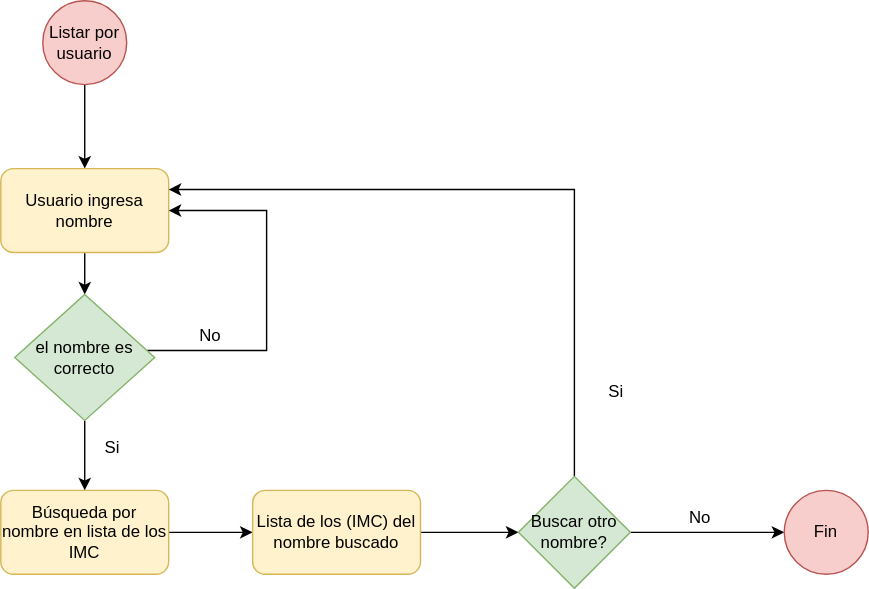
This is Diagramas/DiagFlujoListpersona.svg from MaxIbanez/Taller1P1_MI_JC, a draw.io export, as it was before one commit. Source tidied: cells renumbered, new cells last; positions are measured from the earlier drawing's top-left corner, leaving out a move shared by most shapes. Source of this version:
```xml
<mxGraphModel>
  <root>
    <mxCell id="0" />
    <mxCell id="1" parent="0" />
    <mxCell id="2" style="edgeStyle=orthogonalEdgeStyle;rounded=0;jettySize=auto;html=1;" parent="1" edge="1" source="3" target="5">
      <mxGeometry relative="1" as="geometry" />
    </mxCell>
    <mxCell id="3" value="Listar por usuario" style="ellipse;whiteSpace=wrap;html=1;fillColor=#f8cecc;strokeColor=#b85450;" parent="1" vertex="1">
      <mxGeometry x="30" width="60" height="60" as="geometry" />
    </mxCell>
    <mxCell id="4" style="edgeStyle=orthogonalEdgeStyle;rounded=0;jettySize=auto;html=1;exitX=0.5;exitY=1;exitDx=0;exitDy=0;" parent="1" edge="1" source="5" target="10">
      <mxGeometry relative="1" as="geometry" />
    </mxCell>
    <mxCell id="5" value="Usuario ingresa nombre" style="rounded=1;whiteSpace=wrap;html=1;fillColor=#fff2cc;strokeColor=#d6b656;" parent="1" vertex="1">
      <mxGeometry y="120" width="120" height="60" as="geometry" />
    </mxCell>
    <mxCell id="6" style="edgeStyle=orthogonalEdgeStyle;rounded=0;jettySize=auto;html=1;exitX=1;exitY=0.5;exitDx=0;exitDy=0;" parent="1" edge="1" source="7" target="14">
      <mxGeometry relative="1" as="geometry" />
    </mxCell>
    <mxCell id="7" value="Búsqueda por nombre en lista de los IMC" style="rounded=1;whiteSpace=wrap;html=1;fillColor=#fff2cc;strokeColor=#d6b656;" parent="1" vertex="1">
      <mxGeometry y="350" width="120" height="60" as="geometry" />
    </mxCell>
    <mxCell id="8" style="edgeStyle=orthogonalEdgeStyle;rounded=0;jettySize=auto;html=1;entryX=1;entryY=0.5;entryDx=0;entryDy=0;" parent="1" edge="1" source="10" target="5">
      <mxGeometry relative="1" as="geometry">
        <Array as="points">
          <mxPoint x="190" y="250" />
          <mxPoint x="190" y="150" />
        </Array>
      </mxGeometry>
    </mxCell>
    <mxCell id="9" style="edgeStyle=orthogonalEdgeStyle;rounded=0;jettySize=auto;html=1;" parent="1" edge="1" source="10" target="7">
      <mxGeometry relative="1" as="geometry" />
    </mxCell>
    <mxCell id="10" value="el nombre es correcto" style="rhombus;whiteSpace=wrap;html=1;fillColor=#d5e8d4;strokeColor=#82b366;" parent="1" vertex="1">
      <mxGeometry x="10" y="210" width="100" height="90" as="geometry" />
    </mxCell>
    <mxCell id="11" value="No" style="text;html=1;strokeColor=none;fillColor=none;align=center;verticalAlign=middle;whiteSpace=wrap;rounded=0;" parent="1" vertex="1">
      <mxGeometry x="130" y="230" width="40" height="20" as="geometry" />
    </mxCell>
    <mxCell id="12" value="Si" style="text;html=1;strokeColor=none;fillColor=none;align=center;verticalAlign=middle;whiteSpace=wrap;rounded=0;" parent="1" vertex="1">
      <mxGeometry x="60" y="310" width="40" height="20" as="geometry" />
    </mxCell>
    <mxCell id="13" style="edgeStyle=orthogonalEdgeStyle;rounded=0;jettySize=auto;html=1;exitX=1;exitY=0.5;exitDx=0;exitDy=0;entryX=0;entryY=0.5;entryDx=0;entryDy=0;" parent="1" edge="1" source="14" target="17">
      <mxGeometry relative="1" as="geometry" />
    </mxCell>
    <mxCell id="14" value="Lista de los (IMC) del nombre buscado" style="rounded=1;whiteSpace=wrap;html=1;fillColor=#fff2cc;strokeColor=#d6b656;" parent="1" vertex="1">
      <mxGeometry x="180" y="350" width="120" height="60" as="geometry" />
    </mxCell>
    <mxCell id="15" style="edgeStyle=orthogonalEdgeStyle;rounded=0;jettySize=auto;html=1;entryX=1;entryY=0.25;entryDx=0;entryDy=0;" parent="1" edge="1" source="17" target="5">
      <mxGeometry relative="1" as="geometry">
        <Array as="points">
          <mxPoint x="410" y="135" />
        </Array>
      </mxGeometry>
    </mxCell>
    <mxCell id="16" style="edgeStyle=orthogonalEdgeStyle;rounded=0;jettySize=auto;html=1;entryX=0;entryY=0.5;entryDx=0;entryDy=0;" parent="1" edge="1" source="17" target="19">
      <mxGeometry relative="1" as="geometry" />
    </mxCell>
    <mxCell id="17" value="Buscar otro nombre?" style="rhombus;whiteSpace=wrap;html=1;fillColor=#d5e8d4;strokeColor=#82b366;" parent="1" vertex="1">
      <mxGeometry x="370" y="340" width="80" height="80" as="geometry" />
    </mxCell>
    <mxCell id="18" value="Si" style="text;html=1;strokeColor=none;fillColor=none;align=center;verticalAlign=middle;whiteSpace=wrap;rounded=0;" parent="1" vertex="1">
      <mxGeometry x="420" y="270" width="40" height="20" as="geometry" />
    </mxCell>
    <mxCell id="19" value="Fin" style="ellipse;whiteSpace=wrap;html=1;fillColor=#f8cecc;strokeColor=#b85450;" parent="1" vertex="1">
      <mxGeometry x="560" y="350" width="60" height="60" as="geometry" />
    </mxCell>
    <mxCell id="20" value="No" style="text;html=1;strokeColor=none;fillColor=none;align=center;verticalAlign=middle;whiteSpace=wrap;rounded=0;" parent="1" vertex="1">
      <mxGeometry x="480" y="360" width="40" height="20" as="geometry" />
    </mxCell>
  </root>
</mxGraphModel>
```
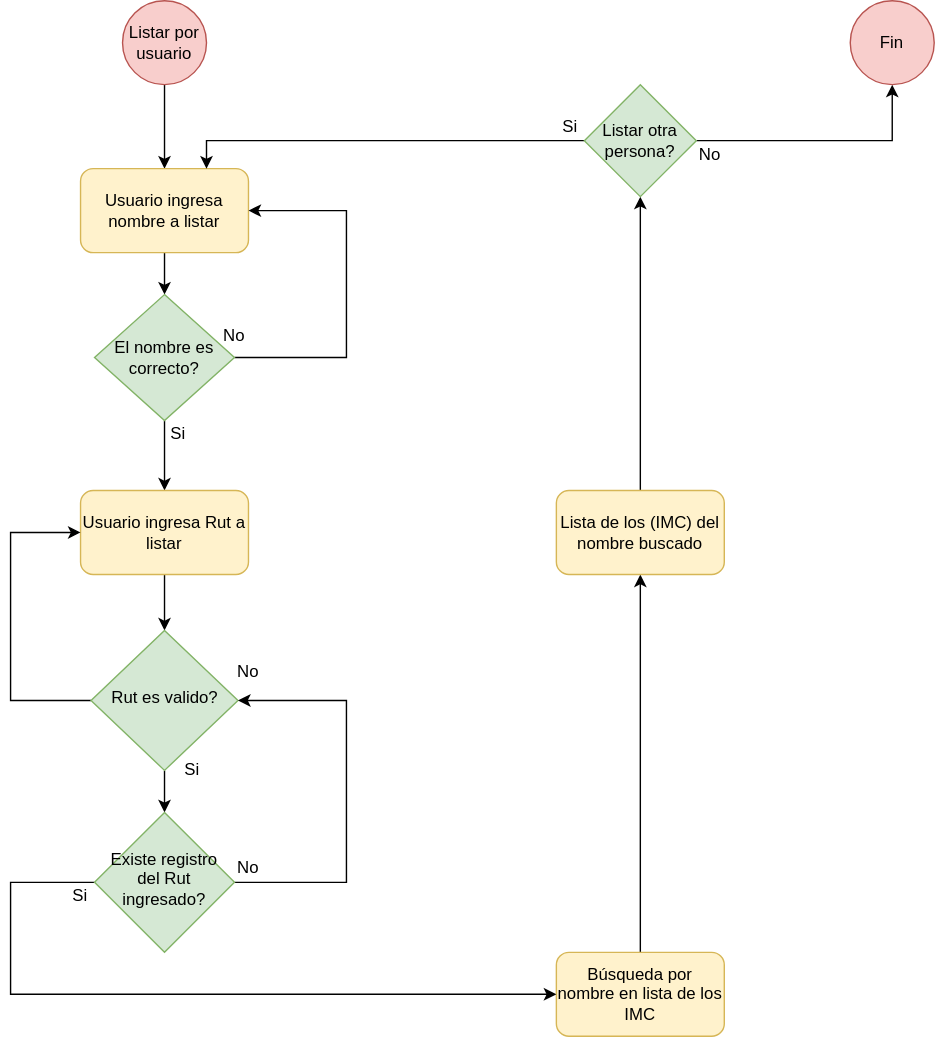
Later version of the same file.

Diff of the diagram source:
```diff
@@ -11,62 +11,109 @@
     <mxCell id="4" style="edgeStyle=orthogonalEdgeStyle;rounded=0;jettySize=auto;html=1;exitX=0.5;exitY=1;exitDx=0;exitDy=0;" parent="1" edge="1" source="5" target="10">
       <mxGeometry relative="1" as="geometry" />
     </mxCell>
-    <mxCell id="5" value="Usuario ingresa nombre" style="rounded=1;whiteSpace=wrap;html=1;fillColor=#fff2cc;strokeColor=#d6b656;" parent="1" vertex="1">
+    <mxCell id="5" value="Usuario ingresa nombre a listar" style="rounded=1;whiteSpace=wrap;html=1;fillColor=#fff2cc;strokeColor=#d6b656;" parent="1" vertex="1">
       <mxGeometry y="120" width="120" height="60" as="geometry" />
     </mxCell>
-    <mxCell id="6" style="edgeStyle=orthogonalEdgeStyle;rounded=0;jettySize=auto;html=1;exitX=1;exitY=0.5;exitDx=0;exitDy=0;" parent="1" edge="1" source="7" target="14">
+    <mxCell id="6" style="edgeStyle=orthogonalEdgeStyle;rounded=0;jettySize=auto;html=1;entryX=0.5;entryY=1;entryDx=0;entryDy=0;" parent="1" edge="1" source="7" target="14">
       <mxGeometry relative="1" as="geometry" />
     </mxCell>
     <mxCell id="7" value="Búsqueda por nombre en lista de los IMC" style="rounded=1;whiteSpace=wrap;html=1;fillColor=#fff2cc;strokeColor=#d6b656;" parent="1" vertex="1">
-      <mxGeometry y="350" width="120" height="60" as="geometry" />
+      <mxGeometry x="340" y="680" width="120" height="60" as="geometry" />
     </mxCell>
     <mxCell id="8" style="edgeStyle=orthogonalEdgeStyle;rounded=0;jettySize=auto;html=1;entryX=1;entryY=0.5;entryDx=0;entryDy=0;" parent="1" edge="1" source="10" target="5">
       <mxGeometry relative="1" as="geometry">
         <Array as="points">
-          <mxPoint x="190" y="250" />
+          <mxPoint x="190" y="255" />
           <mxPoint x="190" y="150" />
         </Array>
       </mxGeometry>
     </mxCell>
-    <mxCell id="9" style="edgeStyle=orthogonalEdgeStyle;rounded=0;jettySize=auto;html=1;" parent="1" edge="1" source="10" target="7">
-      <mxGeometry relative="1" as="geometry" />
-    </mxCell>
+    <mxCell id="21" style="edgeStyle=orthogonalEdgeStyle;rounded=0;jettySize=auto;html=1;entryX=0.5;entryY=0;entryDx=0;entryDy=0;" parent="1" edge="1" source="10" target="23">
+      <mxGeometry relative="1" as="geometry" />
+    </mxCell>
-    <mxCell id="10" value="el nombre es correcto" style="rhombus;whiteSpace=wrap;html=1;fillColor=#d5e8d4;strokeColor=#82b366;" parent="1" vertex="1">
+    <mxCell id="10" value="El nombre es correcto?" style="rhombus;whiteSpace=wrap;html=1;fillColor=#d5e8d4;strokeColor=#82b366;" parent="1" vertex="1">
       <mxGeometry x="10" y="210" width="100" height="90" as="geometry" />
     </mxCell>
     <mxCell id="11" value="No" style="text;html=1;strokeColor=none;fillColor=none;align=center;verticalAlign=middle;whiteSpace=wrap;rounded=0;" parent="1" vertex="1">
-      <mxGeometry x="130" y="230" width="40" height="20" as="geometry" />
+      <mxGeometry x="90" y="230" width="40" height="20" as="geometry" />
     </mxCell>
     <mxCell id="12" value="Si" style="text;html=1;strokeColor=none;fillColor=none;align=center;verticalAlign=middle;whiteSpace=wrap;rounded=0;" parent="1" vertex="1">
-      <mxGeometry x="60" y="310" width="40" height="20" as="geometry" />
+      <mxGeometry x="50" y="300" width="40" height="20" as="geometry" />
     </mxCell>
-    <mxCell id="13" style="edgeStyle=orthogonalEdgeStyle;rounded=0;jettySize=auto;html=1;exitX=1;exitY=0.5;exitDx=0;exitDy=0;entryX=0;entryY=0.5;entryDx=0;entryDy=0;" parent="1" edge="1" source="14" target="17">
+    <mxCell id="13" style="edgeStyle=orthogonalEdgeStyle;rounded=0;jettySize=auto;html=1;entryX=0.5;entryY=1;entryDx=0;entryDy=0;" parent="1" edge="1" source="14" target="17">
       <mxGeometry relative="1" as="geometry" />
     </mxCell>
     <mxCell id="14" value="Lista de los (IMC) del nombre buscado" style="rounded=1;whiteSpace=wrap;html=1;fillColor=#fff2cc;strokeColor=#d6b656;" parent="1" vertex="1">
-      <mxGeometry x="180" y="350" width="120" height="60" as="geometry" />
+      <mxGeometry x="340" y="350" width="120" height="60" as="geometry" />
     </mxCell>
-    <mxCell id="15" style="edgeStyle=orthogonalEdgeStyle;rounded=0;jettySize=auto;html=1;entryX=1;entryY=0.25;entryDx=0;entryDy=0;" parent="1" edge="1" source="17" target="5">
-      <mxGeometry relative="1" as="geometry">
-        <Array as="points">
-          <mxPoint x="410" y="135" />
-        </Array>
-      </mxGeometry>
+    <mxCell id="15" style="edgeStyle=orthogonalEdgeStyle;rounded=0;jettySize=auto;html=1;entryX=0.75;entryY=0;entryDx=0;entryDy=0;" parent="1" edge="1" source="17" target="5">
+      <mxGeometry relative="1" as="geometry" />
     </mxCell>
-    <mxCell id="16" style="edgeStyle=orthogonalEdgeStyle;rounded=0;jettySize=auto;html=1;entryX=0;entryY=0.5;entryDx=0;entryDy=0;" parent="1" edge="1" source="17" target="19">
+    <mxCell id="16" style="edgeStyle=orthogonalEdgeStyle;rounded=0;jettySize=auto;html=1;entryX=0.5;entryY=1;entryDx=0;entryDy=0;" parent="1" edge="1" source="17" target="19">
       <mxGeometry relative="1" as="geometry" />
     </mxCell>
-    <mxCell id="17" value="Buscar otro nombre?" style="rhombus;whiteSpace=wrap;html=1;fillColor=#d5e8d4;strokeColor=#82b366;" parent="1" vertex="1">
-      <mxGeometry x="370" y="340" width="80" height="80" as="geometry" />
+    <mxCell id="17" value="Listar otra persona?" style="rhombus;whiteSpace=wrap;html=1;fillColor=#d5e8d4;strokeColor=#82b366;" parent="1" vertex="1">
+      <mxGeometry x="360" y="60" width="80" height="80" as="geometry" />
     </mxCell>
     <mxCell id="18" value="Si" style="text;html=1;strokeColor=none;fillColor=none;align=center;verticalAlign=middle;whiteSpace=wrap;rounded=0;" parent="1" vertex="1">
-      <mxGeometry x="420" y="270" width="40" height="20" as="geometry" />
+      <mxGeometry x="-20" y="630" width="40" height="20" as="geometry" />
     </mxCell>
     <mxCell id="19" value="Fin" style="ellipse;whiteSpace=wrap;html=1;fillColor=#f8cecc;strokeColor=#b85450;" parent="1" vertex="1">
-      <mxGeometry x="560" y="350" width="60" height="60" as="geometry" />
+      <mxGeometry x="550" width="60" height="60" as="geometry" />
     </mxCell>
     <mxCell id="20" value="No" style="text;html=1;strokeColor=none;fillColor=none;align=center;verticalAlign=middle;whiteSpace=wrap;rounded=0;" parent="1" vertex="1">
-      <mxGeometry x="480" y="360" width="40" height="20" as="geometry" />
+      <mxGeometry x="100" y="610" width="40" height="20" as="geometry" />
     </mxCell>
+    <mxCell id="22" style="edgeStyle=orthogonalEdgeStyle;rounded=0;jettySize=auto;html=1;" parent="1" edge="1" source="23" target="26">
+      <mxGeometry relative="1" as="geometry" />
+    </mxCell>
+    <mxCell id="23" value="Usuario ingresa Rut a listar" style="rounded=1;whiteSpace=wrap;html=1;fillColor=#fff2cc;strokeColor=#d6b656;" parent="1" vertex="1">
+      <mxGeometry y="350" width="120" height="60" as="geometry" />
+    </mxCell>
+    <mxCell id="24" style="edgeStyle=orthogonalEdgeStyle;rounded=0;jettySize=auto;html=1;entryX=0;entryY=0.5;entryDx=0;entryDy=0;" parent="1" edge="1" source="26" target="23">
+      <mxGeometry relative="1" as="geometry">
+        <Array as="points">
+          <mxPoint x="-50" y="500" />
+          <mxPoint x="-50" y="380" />
+        </Array>
+      </mxGeometry>
+    </mxCell>
+    <mxCell id="25" style="edgeStyle=orthogonalEdgeStyle;rounded=0;jettySize=auto;html=1;" parent="1" edge="1" source="26" target="29">
+      <mxGeometry relative="1" as="geometry" />
+    </mxCell>
+    <mxCell id="26" value="Rut es valido?" style="rhombus;whiteSpace=wrap;html=1;shadow=0;fontFamily=Helvetica;fontSize=12;align=center;strokeWidth=1;spacing=6;spacingTop=-4;fillColor=#d5e8d4;strokeColor=#82b366;" parent="1" vertex="1">
+      <mxGeometry x="7.5" y="450" width="105" height="100" as="geometry" />
+    </mxCell>
+    <mxCell id="27" style="edgeStyle=orthogonalEdgeStyle;rounded=0;jettySize=auto;html=1;entryX=1;entryY=0.5;entryDx=0;entryDy=0;" parent="1" edge="1" source="29" target="26">
+      <mxGeometry relative="1" as="geometry">
+        <Array as="points">
+          <mxPoint x="190" y="630" />
+          <mxPoint x="190" y="500" />
+        </Array>
+      </mxGeometry>
+    </mxCell>
+    <mxCell id="28" style="edgeStyle=orthogonalEdgeStyle;rounded=0;jettySize=auto;html=1;exitX=0;exitY=0.5;exitDx=0;exitDy=0;" parent="1" edge="1" source="29" target="7">
+      <mxGeometry relative="1" as="geometry">
+        <Array as="points">
+          <mxPoint x="-50" y="630" />
+          <mxPoint x="-50" y="710" />
+        </Array>
+      </mxGeometry>
+    </mxCell>
+    <mxCell id="29" value="Existe registro del Rut ingresado?" style="rhombus;whiteSpace=wrap;html=1;shadow=0;fontFamily=Helvetica;fontSize=12;align=center;strokeWidth=1;spacing=6;spacingTop=-4;fillColor=#d5e8d4;strokeColor=#82b366;" parent="1" vertex="1">
+      <mxGeometry x="10" y="580" width="100" height="100" as="geometry" />
+    </mxCell>
+    <mxCell id="30" value="No" style="text;html=1;strokeColor=none;fillColor=none;align=center;verticalAlign=middle;whiteSpace=wrap;rounded=0;" parent="1" vertex="1">
+      <mxGeometry x="430" y="100" width="40" height="20" as="geometry" />
+    </mxCell>
+    <mxCell id="31" value="Si" style="text;html=1;strokeColor=none;fillColor=none;align=center;verticalAlign=middle;whiteSpace=wrap;rounded=0;" parent="1" vertex="1">
+      <mxGeometry x="330" y="80" width="40" height="20" as="geometry" />
+    </mxCell>
+    <mxCell id="32" value="No" style="text;html=1;strokeColor=none;fillColor=none;align=center;verticalAlign=middle;whiteSpace=wrap;rounded=0;" parent="1" vertex="1">
+      <mxGeometry x="100" y="470" width="40" height="20" as="geometry" />
+    </mxCell>
+    <mxCell id="33" value="Si" style="text;html=1;strokeColor=none;fillColor=none;align=center;verticalAlign=middle;whiteSpace=wrap;rounded=0;" parent="1" vertex="1">
+      <mxGeometry x="60" y="540" width="40" height="20" as="geometry" />
+    </mxCell>
   </root>
 </mxGraphModel>
```
